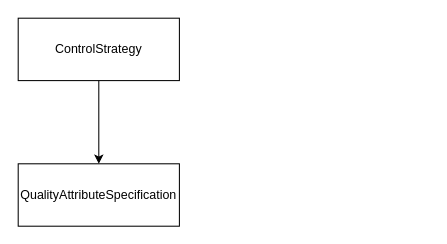
The draw.io diagram diagram-test.drawio in jpdoan/melanies_smoothies, before the edit. Source tidied: cells renumbered, new cells numbered last; positions are measured from the earlier drawing's top-left corner, leaving out a move shared by most shapes. Both pictures are drawn from the tidied source at 104%, with x=0, y=0 at pixel (18, 18).
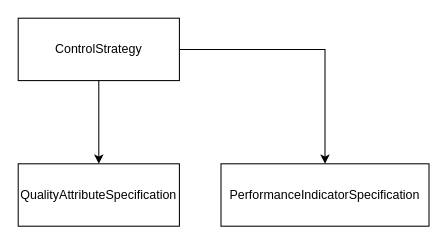
The same diagram, later.

What changed in the source:
```diff
@@
 <mxGraphModel>
   <root>
     <mxCell id="0" />
     <mxCell id="1" parent="0" />
     <mxCell id="2" style="edgeStyle=orthogonalEdgeStyle;rounded=0;jettySize=auto;html=1;" parent="1" edge="1" source="3" target="4">
       <mxGeometry relative="1" as="geometry" />
     </mxCell>
+    <mxCell id="5" style="edgeStyle=orthogonalEdgeStyle;rounded=0;jettySize=auto;html=1;" parent="1" edge="1" source="3" target="6">
+      <mxGeometry relative="1" as="geometry" />
+    </mxCell>
     <mxCell id="3" value="ControlStrategy" style="rounded=0;whiteSpace=wrap;html=1;convertToSvg=1;svgWhiteSpace=wrap;" parent="1" vertex="1">
       <mxGeometry width="155" height="60" as="geometry" />
     </mxCell>
     <mxCell id="4" value="QualityAttributeSpecification" style="html=1;rounded=0;whiteSpace=wrap;" parent="1" vertex="1">
       <mxGeometry y="140" width="155" height="60" as="geometry" />
     </mxCell>
+    <mxCell id="6" value="PerformanceIndicatorSpecification" style="whiteSpace=wrap;html=1;rounded=0;convertToSvg=1;svgWhiteSpace=wrap;" parent="1" vertex="1">
+      <mxGeometry x="195" y="140" width="200" height="60" as="geometry" />
+    </mxCell>
   </root>
 </mxGraphModel>
```
